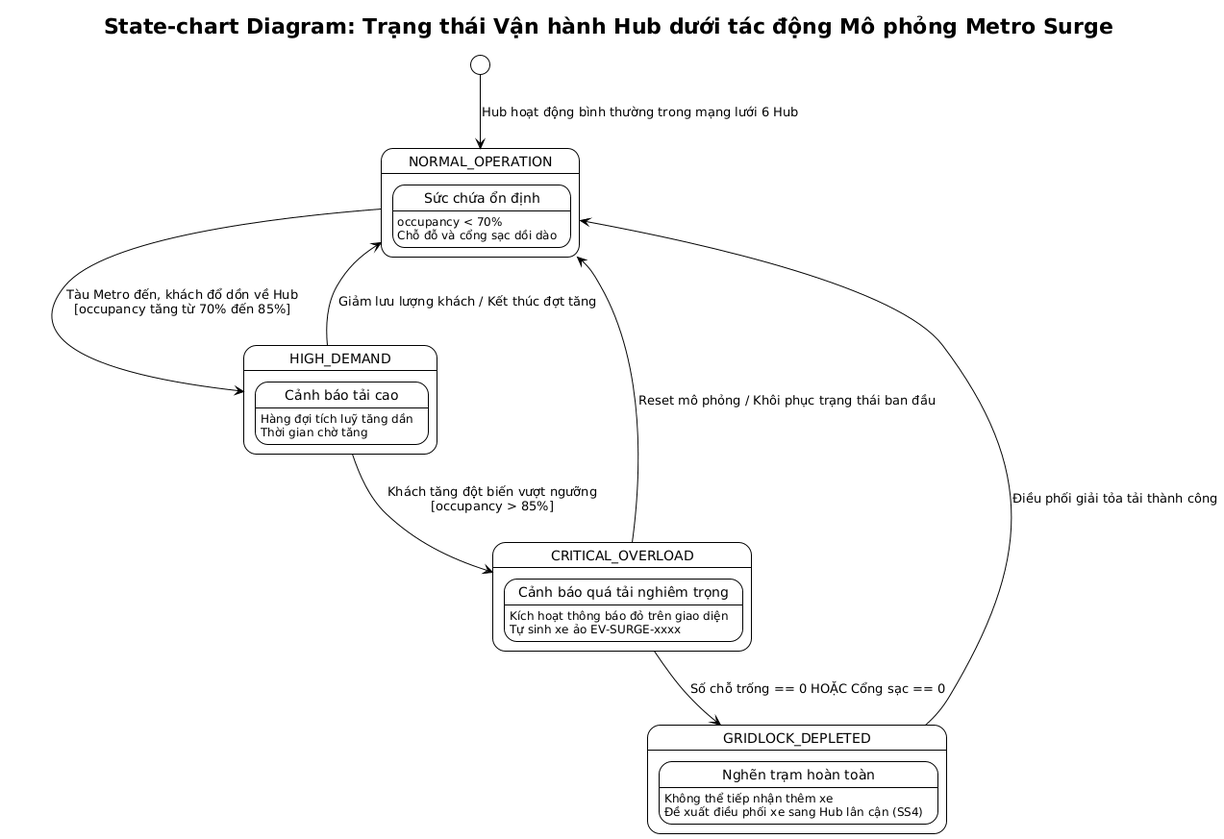
Before: docs/diagrams/Use-case detail-scenario/SS6/State-chart diagrams/UC_SS6_Hub_Operational_statechart.png, a diagram exported from PlantUML (Dat-nguyen195/BTL_1_CNPM).
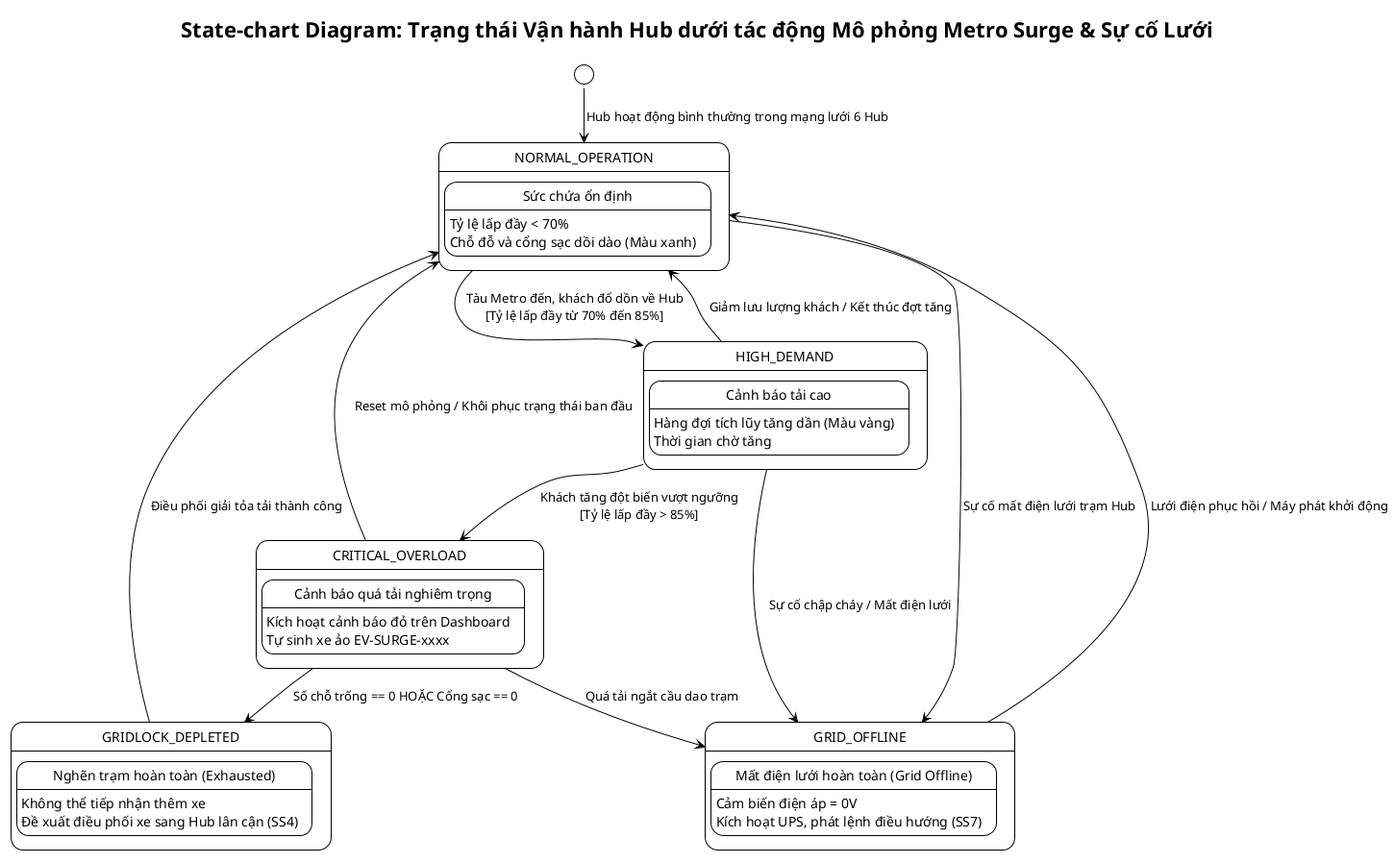
After the change.

Change to the diagram source:
```diff
@@ -1,29 +1,30 @@
-@startuml
+@startuml UC_SS6_Hub_Operational_statechart
+!pragma layout smetana
 !theme plain
 hide empty description
 
-title State-chart Diagram: Trạng thái Vận hành Hub dưới tác động Mô phỏng Metro Surge
+title State-chart Diagram: Trạng thái Vận hành Hub dưới tác động Mô phỏng Metro Surge & Sự cố Lưới
 
 [*] --> NORMAL_OPERATION : Hub hoạt động bình thường trong mạng lưới 6 Hub
 
 state NORMAL_OPERATION {
     state "Sức chứa ổn định" as STABLE
-    STABLE : occupancy < 70%
-    STABLE : Chỗ đỗ và cổng sạc dồi dào
+    STABLE : Tỷ lệ lấp đầy < 70%
+    STABLE : Chỗ đỗ và cổng sạc dồi dào (Màu xanh)
 }
 
-NORMAL_OPERATION --> HIGH_DEMAND : Tàu Metro đến, khách đổ dồn về Hub\n[occupancy tăng từ 70% đến 85%]
+NORMAL_OPERATION --> HIGH_DEMAND : Tàu Metro đến, khách đổ dồn về Hub\n[Tỷ lệ lấp đầy từ 70% đến 85%]
 
 state HIGH_DEMAND {
     state "Cảnh báo tải cao" as ELEVATED_LOAD
-    ELEVATED_LOAD : Hàng đợi tích luỹ tăng dần
+    ELEVATED_LOAD : Hàng đợi tích lũy tăng dần (Màu vàng)
     ELEVATED_LOAD : Thời gian chờ tăng
 }
 
-HIGH_DEMAND --> CRITICAL_OVERLOAD : Khách tăng đột biến vượt ngưỡng\n[occupancy > 85%]
+HIGH_DEMAND --> CRITICAL_OVERLOAD : Khách tăng đột biến vượt ngưỡng\n[Tỷ lệ lấp đầy > 85%]
 state CRITICAL_OVERLOAD {
     state "Cảnh báo quá tải nghiêm trọng" as OVERLOADED
-    OVERLOADED : Kích hoạt thông báo đỏ trên giao diện
+    OVERLOADED : Kích hoạt cảnh báo đỏ trên Dashboard
     OVERLOADED : Tự sinh xe ảo EV-SURGE-xxxx
 }
 
@@ -31,11 +32,23 @@
 CRITICAL_OVERLOAD --> GRIDLOCK_DEPLETED : Số chỗ trống == 0 HOẶC Cổng sạc == 0
 
 state GRIDLOCK_DEPLETED {
-    state "Nghẽn trạm hoàn toàn" as BLOCKED
+    state "Nghẽn trạm hoàn toàn (Exhausted)" as BLOCKED
     BLOCKED : Không thể tiếp nhận thêm xe
     BLOCKED : Đề xuất điều phối xe sang Hub lân cận (SS4)
 }
 
 GRIDLOCK_DEPLETED --> NORMAL_OPERATION : Điều phối giải tỏa tải thành công
 CRITICAL_OVERLOAD --> NORMAL_OPERATION : Reset mô phỏng / Khôi phục trạng thái ban đầu
+
+state GRID_OFFLINE {
+    state "Mất điện lưới hoàn toàn (Grid Offline)" as POWER_OUTAGE
+    POWER_OUTAGE : Cảm biến điện áp = 0V
+    POWER_OUTAGE : Kích hoạt UPS, phát lệnh điều hướng (SS7)
+}
+
+NORMAL_OPERATION --> GRID_OFFLINE : Sự cố mất điện lưới trạm Hub
+HIGH_DEMAND --> GRID_OFFLINE : Sự cố chập cháy / Mất điện lưới
+CRITICAL_OVERLOAD --> GRID_OFFLINE : Quá tải ngắt cầu dao trạm
+GRID_OFFLINE --> NORMAL_OPERATION : Lưới điện phục hồi / Máy phát khởi động
+
 @enduml
```
